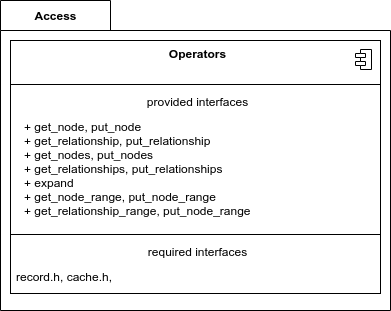
SomeUserName1/master keeps this draw.io diagram as doc/user_guide/img/access_arch.png. Above is the earlier version. Source tidied: cells renumbered, new cells last; positions are measured from the earlier drawing's top-left corner, leaving out a move shared by most shapes.
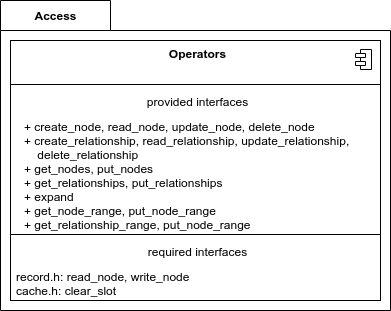
After the change.

Diff of the diagram source:
```diff
@@ -6,7 +6,7 @@
       <mxGeometry width="390" height="310" as="geometry" />
     </mxCell>
     <mxCell id="3" style="fontStyle=1;align=center;verticalAlign=top;horizontal=1;" parent="1" vertex="1">
-      <mxGeometry x="10" y="40" width="370" height="253" as="geometry" />
+      <mxGeometry x="10" y="40" width="370" height="260" as="geometry" />
     </mxCell>
     <mxCell id="4" value="&lt;b&gt;Operators&lt;/b&gt;" style="html=1;align=center;spacingLeft=4;verticalAlign=top;strokeColor=none;fillColor=none;" parent="3" vertex="1">
       <mxGeometry width="370" height="40" as="geometry" />
@@ -22,7 +22,7 @@
     <mxCell id="7" value="provided interfaces" style="html=1;align=center;spacingLeft=4;verticalAlign=top;strokeColor=none;fillColor=none;" parent="3" vertex="1">
       <mxGeometry y="48" width="370" height="25" as="geometry" />
     </mxCell>
-    <mxCell id="8" value="&lt;p style=&quot;margin: 0px 0px 0px 8px&quot;&gt;+&amp;nbsp;get_node, put_node&lt;/p&gt;&lt;p style=&quot;margin: 0px 0px 0px 8px&quot;&gt;+ get_relationship, put_relationship&lt;/p&gt;&lt;p style=&quot;margin: 0px 0px 0px 8px&quot;&gt;+ get_nodes, put_nodes&lt;/p&gt;&lt;p style=&quot;margin: 0px 0px 0px 8px&quot;&gt;+ get_relationships, put_relationships&lt;/p&gt;&lt;p style=&quot;margin: 0px 0px 0px 8px&quot;&gt;+ expand&lt;/p&gt;&lt;p style=&quot;margin: 0px 0px 0px 8px&quot;&gt;+ get_node_range, put_node_range&lt;/p&gt;&lt;p style=&quot;margin: 0px 0px 0px 8px&quot;&gt;+ get_relationship_range, put_node_range&lt;/p&gt;" style="html=1;align=left;spacingLeft=4;verticalAlign=top;strokeColor=none;fillColor=none;" parent="3" vertex="1">
+    <mxCell id="8" value="&lt;p style=&quot;margin: 0px 0px 0px 8px&quot;&gt;+ create_node, read_node, update_node, delete_node&lt;/p&gt;&lt;p style=&quot;margin: 0px 0px 0px 8px&quot;&gt;+ create_relationship, read_relationship, update_relationship,&amp;nbsp;&lt;/p&gt;&lt;p style=&quot;margin: 0px 0px 0px 8px&quot;&gt;&amp;nbsp; &amp;nbsp; delete_relationship&lt;/p&gt;&lt;p style=&quot;margin: 0px 0px 0px 8px&quot;&gt;+ get_nodes, put_nodes&lt;/p&gt;&lt;p style=&quot;margin: 0px 0px 0px 8px&quot;&gt;+ get_relationships, put_relationships&lt;/p&gt;&lt;p style=&quot;margin: 0px 0px 0px 8px&quot;&gt;+ expand&lt;/p&gt;&lt;p style=&quot;margin: 0px 0px 0px 8px&quot;&gt;+ get_node_range, put_node_range&lt;/p&gt;&lt;p style=&quot;margin: 0px 0px 0px 8px&quot;&gt;+ get_relationship_range, put_node_range&lt;/p&gt;" style="html=1;align=left;spacingLeft=4;verticalAlign=top;strokeColor=none;fillColor=none;" parent="3" vertex="1">
       <mxGeometry y="73" width="370" height="117" as="geometry" />
     </mxCell>
     <mxCell id="9" style="line;strokeWidth=1;fillColor=none;align=left;verticalAlign=middle;spacingTop=-1;spacingLeft=3;spacingRight=3;labelPosition=right;" parent="3" vertex="1">
@@ -31,8 +31,8 @@
     <mxCell id="10" value="required interfaces" style="html=1;align=center;spacingLeft=4;verticalAlign=top;strokeColor=none;fillColor=none;" parent="3" vertex="1">
       <mxGeometry y="198" width="370" height="25" as="geometry" />
     </mxCell>
-    <mxCell id="11" value="record.h, cache.h,&amp;nbsp;" style="html=1;align=left;spacingLeft=4;verticalAlign=top;strokeColor=none;fillColor=none;" parent="3" vertex="1">
-      <mxGeometry y="223" width="370" height="30" as="geometry" />
+    <mxCell id="11" value="record.h: read_node, write_node&lt;br&gt;cache.h: clear_slot&amp;nbsp;" style="html=1;align=left;spacingLeft=4;verticalAlign=top;strokeColor=none;fillColor=none;" parent="3" vertex="1">
+      <mxGeometry y="223" width="370" height="37" as="geometry" />
     </mxCell>
   </root>
 </mxGraphModel>
```
